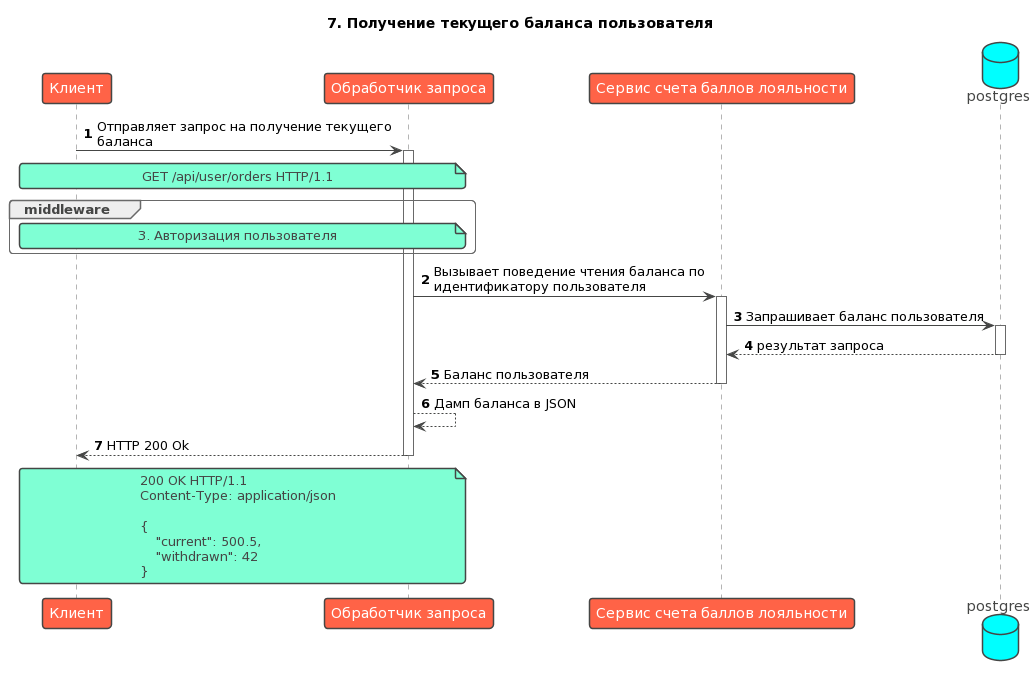
Earlier version of the PlantUML export docs/c4/4_code/7_get_balance.png (Nickolasll/gomart). Source of this version:
```plantuml
@startuml
!theme vibrant
title: 7. Получение текущего баланса пользователя
skinparam maxMessageSize 300
autonumber

participant "Клиент" as client
participant "Обработчик запроса" as handler
participant "Сервис счета баллов лояльности" as balance
database "postgres" as db

client -> handler ++ : Отправляет запрос на получение текущего баланса
note over client, handler
    GET /api/user/orders HTTP/1.1
end note

group middleware
note over client, handler: 3. Авторизация пользователя
end group

handler -> balance ++ : Вызывает поведение чтения баланса по идентификатору пользователя
balance -> db ++ : Запрашивает баланс пользователя
return результат запроса
return Баланс пользователя
handler --> handler: Дамп баланса в JSON
return HTTP 200 Ok
note over client, handler
    200 OK HTTP/1.1
    Content-Type: application/json

    {
        "current": 500.5,
        "withdrawn": 42
    }
end note
@enduml
```
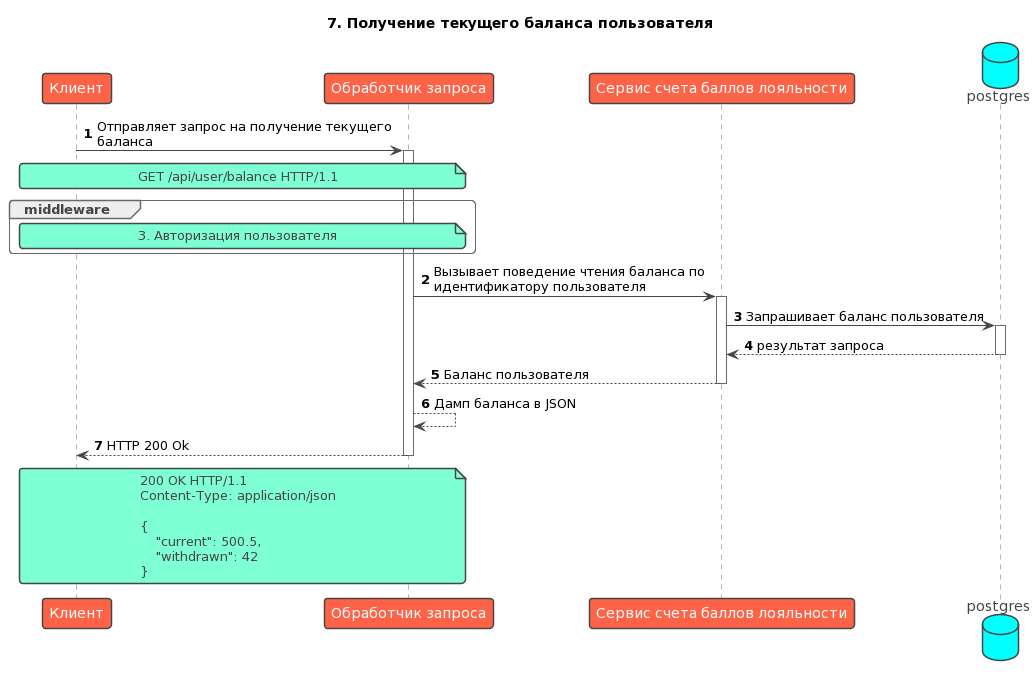
The same diagram one commit later.

The edit, as a diff of the source:
```diff
@@ -11,7 +11,7 @@
 
 client -> handler ++ : Отправляет запрос на получение текущего баланса
 note over client, handler
-    GET /api/user/orders HTTP/1.1
+    GET /api/user/balance HTTP/1.1
 end note
 
 group middleware
```
